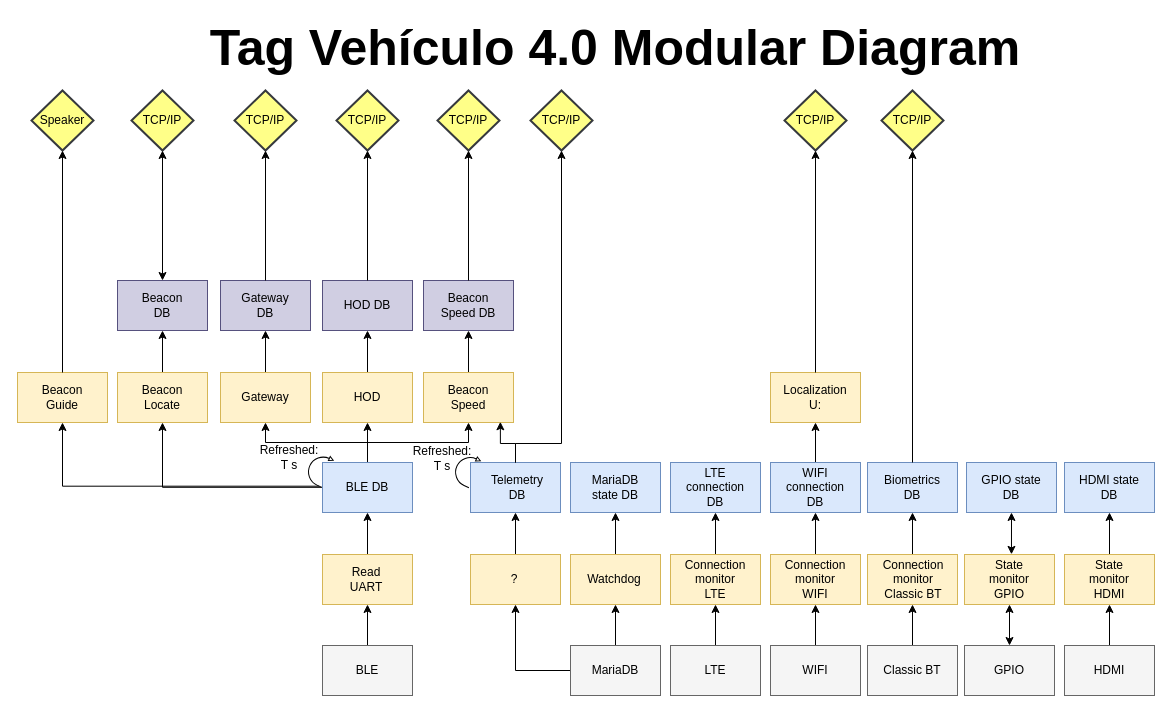
Earlier version of the draw.io diagram Diagrama modular de Tag Vehiculo 4_0.drawio (CesarRodriguez14/Tag_Vehiculo_4_0_Diagramas). Source tidied: cells renumbered, new cells numbered last; positions are measured from the earlier drawing's top-left corner, leaving out a move shared by most shapes. Both pictures are drawn from the tidied source at 100%, with x=0, y=0 at pixel (17, 22).
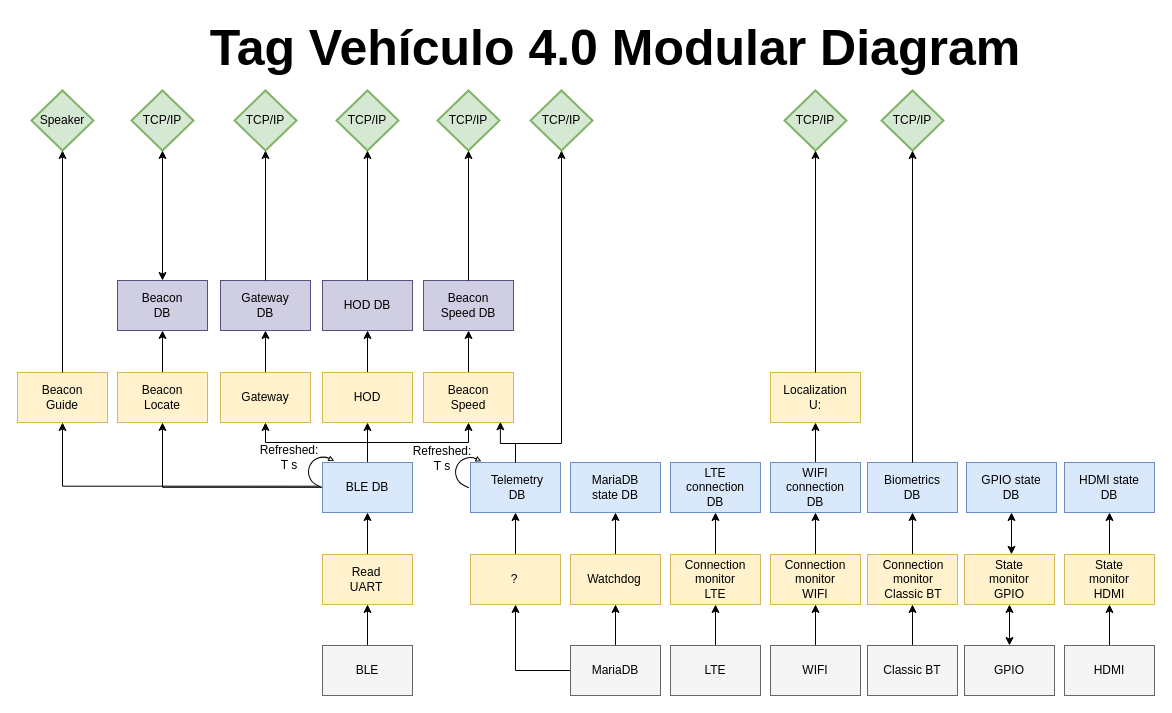
Above is the later version.

The edit, as a diff of the source:
```diff
@@
-    <mxCell id="45" value="TCP/IP" style="strokeWidth=2;html=1;shape=mxgraph.flowchart.decision;whiteSpace=wrap;fillColor=#ffff88;strokeColor=#36393d;" parent="1" vertex="1">
+    <mxCell id="45" value="TCP/IP" style="strokeWidth=2;html=1;shape=mxgraph.flowchart.decision;whiteSpace=wrap;fillColor=#d5e8d4;strokeColor=#82b366;" parent="1" vertex="1">
       <mxGeometry x="513" y="68" width="62" height="60" as="geometry" />
     </mxCell>
@@
-    <mxCell id="51" value="TCP/IP" style="strokeWidth=2;html=1;shape=mxgraph.flowchart.decision;whiteSpace=wrap;fillColor=#ffff88;strokeColor=#36393d;" parent="1" vertex="1">
+    <mxCell id="51" value="TCP/IP" style="strokeWidth=2;html=1;shape=mxgraph.flowchart.decision;whiteSpace=wrap;fillColor=#d5e8d4;strokeColor=#82b366;" parent="1" vertex="1">
       <mxGeometry x="864" y="68" width="62" height="60" as="geometry" />
     </mxCell>
@@
-    <mxCell id="55" value="TCP/IP" style="strokeWidth=2;html=1;shape=mxgraph.flowchart.decision;whiteSpace=wrap;fillColor=#ffff88;strokeColor=#36393d;" parent="1" vertex="1">
+    <mxCell id="55" value="TCP/IP" style="strokeWidth=2;html=1;shape=mxgraph.flowchart.decision;whiteSpace=wrap;fillColor=#d5e8d4;strokeColor=#82b366;" parent="1" vertex="1">
       <mxGeometry x="767" y="68" width="62" height="60" as="geometry" />
     </mxCell>
@@
-    <mxCell id="62" value="TCP/IP" style="strokeWidth=2;html=1;shape=mxgraph.flowchart.decision;whiteSpace=wrap;fillColor=#ffff88;strokeColor=#36393d;" parent="1" vertex="1">
+    <mxCell id="62" value="TCP/IP" style="strokeWidth=2;html=1;shape=mxgraph.flowchart.decision;whiteSpace=wrap;fillColor=#d5e8d4;strokeColor=#82b366;" parent="1" vertex="1">
       <mxGeometry x="114" y="68" width="62" height="60" as="geometry" />
     </mxCell>
@@
-    <mxCell id="80" value="TCP/IP" style="strokeWidth=2;html=1;shape=mxgraph.flowchart.decision;whiteSpace=wrap;fillColor=#ffff88;strokeColor=#36393d;" parent="1" vertex="1">
+    <mxCell id="80" value="TCP/IP" style="strokeWidth=2;html=1;shape=mxgraph.flowchart.decision;whiteSpace=wrap;fillColor=#d5e8d4;strokeColor=#82b366;" parent="1" vertex="1">
       <mxGeometry x="217" y="68" width="62" height="60" as="geometry" />
     </mxCell>
@@
-    <mxCell id="82" value="TCP/IP" style="strokeWidth=2;html=1;shape=mxgraph.flowchart.decision;whiteSpace=wrap;fillColor=#ffff88;strokeColor=#36393d;" parent="1" vertex="1">
+    <mxCell id="82" value="TCP/IP" style="strokeWidth=2;html=1;shape=mxgraph.flowchart.decision;whiteSpace=wrap;fillColor=#d5e8d4;strokeColor=#82b366;" parent="1" vertex="1">
       <mxGeometry x="319" y="68" width="62" height="60" as="geometry" />
     </mxCell>
@@
-    <mxCell id="84" value="TCP/IP" style="strokeWidth=2;html=1;shape=mxgraph.flowchart.decision;whiteSpace=wrap;fillColor=#ffff88;strokeColor=#36393d;" parent="1" vertex="1">
+    <mxCell id="84" value="TCP/IP" style="strokeWidth=2;html=1;shape=mxgraph.flowchart.decision;whiteSpace=wrap;fillColor=#d5e8d4;strokeColor=#82b366;" parent="1" vertex="1">
       <mxGeometry x="420" y="68" width="62" height="60" as="geometry" />
     </mxCell>
@@
-    <mxCell id="100" value="Speaker" style="strokeWidth=2;html=1;shape=mxgraph.flowchart.decision;whiteSpace=wrap;fillColor=#ffff88;strokeColor=#36393d;" parent="1" vertex="1">
+    <mxCell id="100" value="Speaker" style="strokeWidth=2;html=1;shape=mxgraph.flowchart.decision;whiteSpace=wrap;fillColor=#d5e8d4;strokeColor=#82b366;" parent="1" vertex="1">
       <mxGeometry x="14" y="68" width="62" height="60" as="geometry" />
     </mxCell>
```
